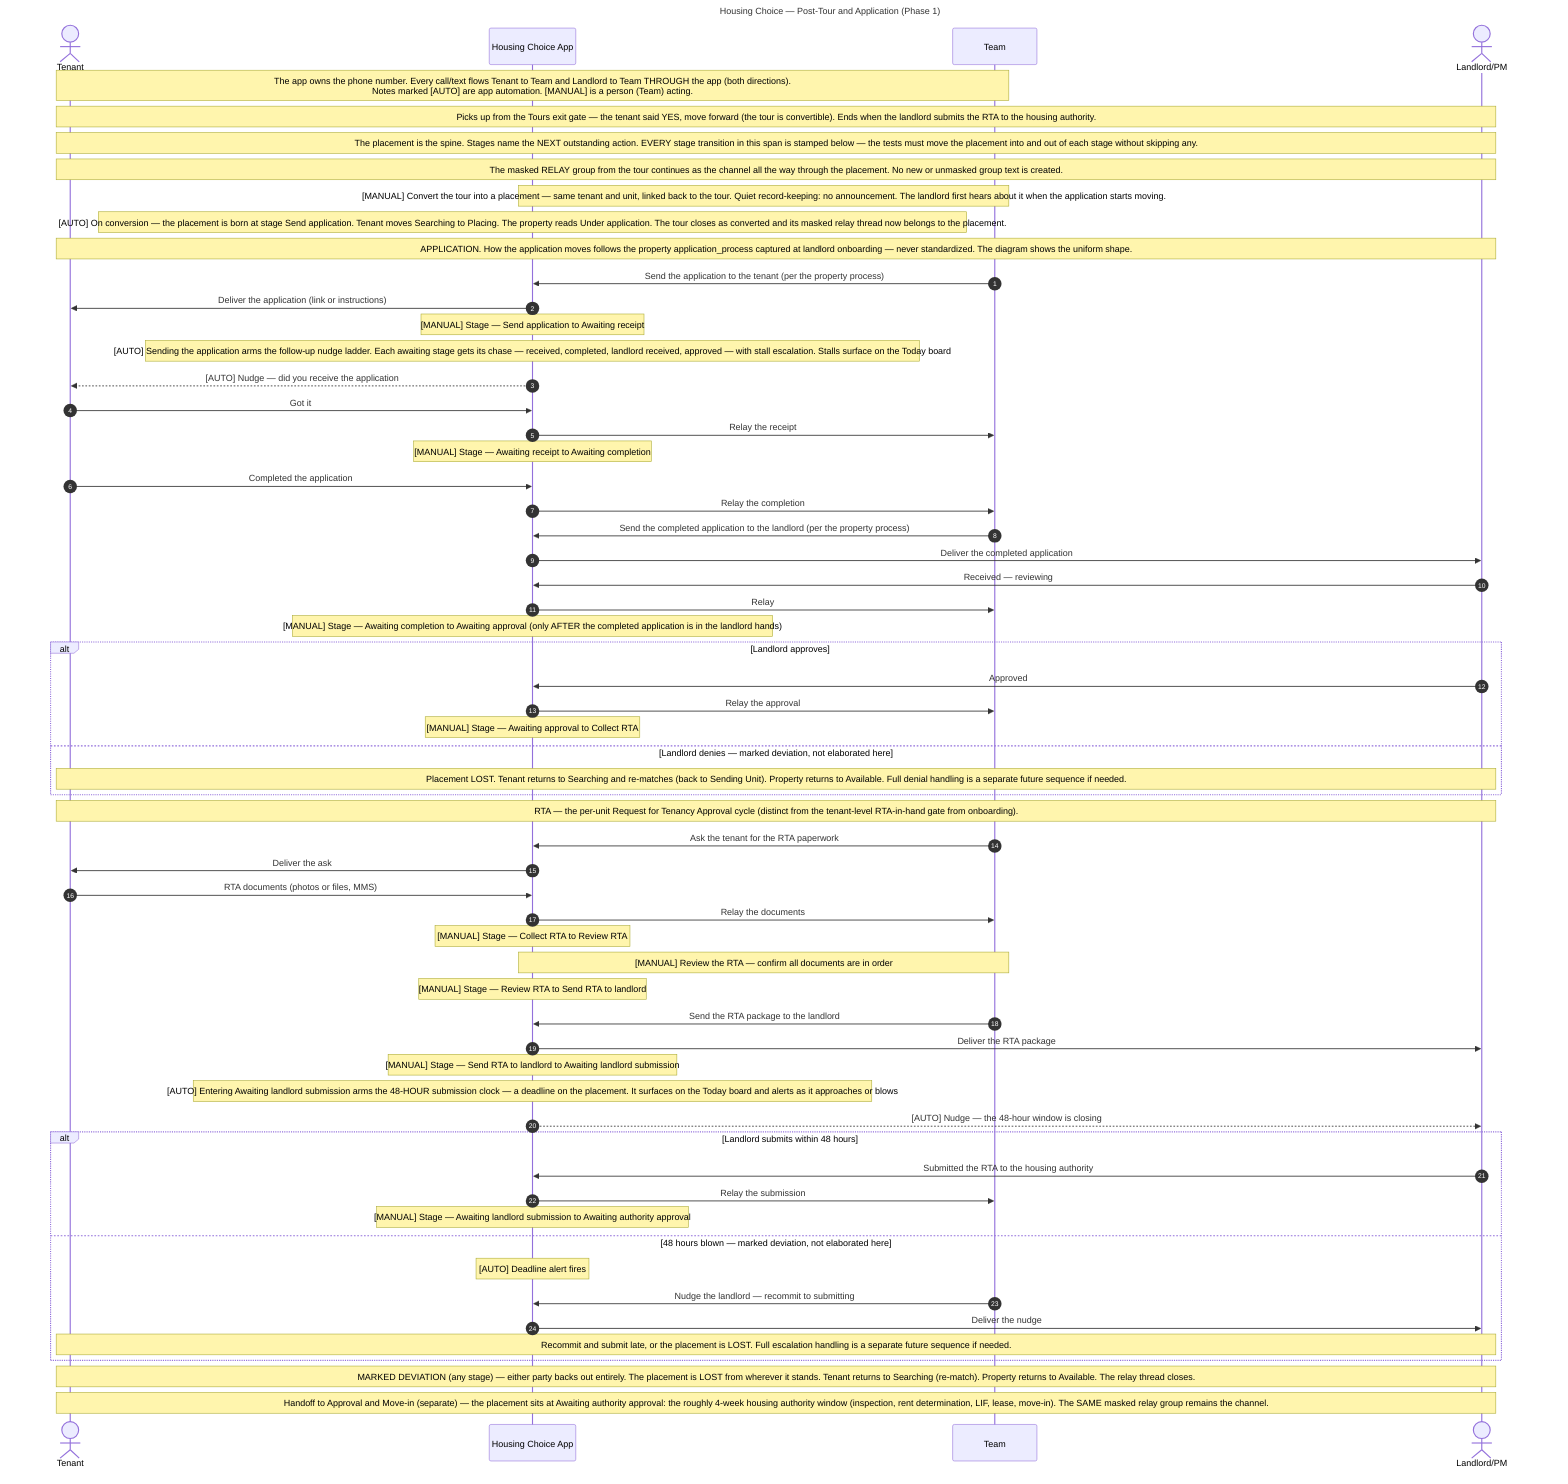
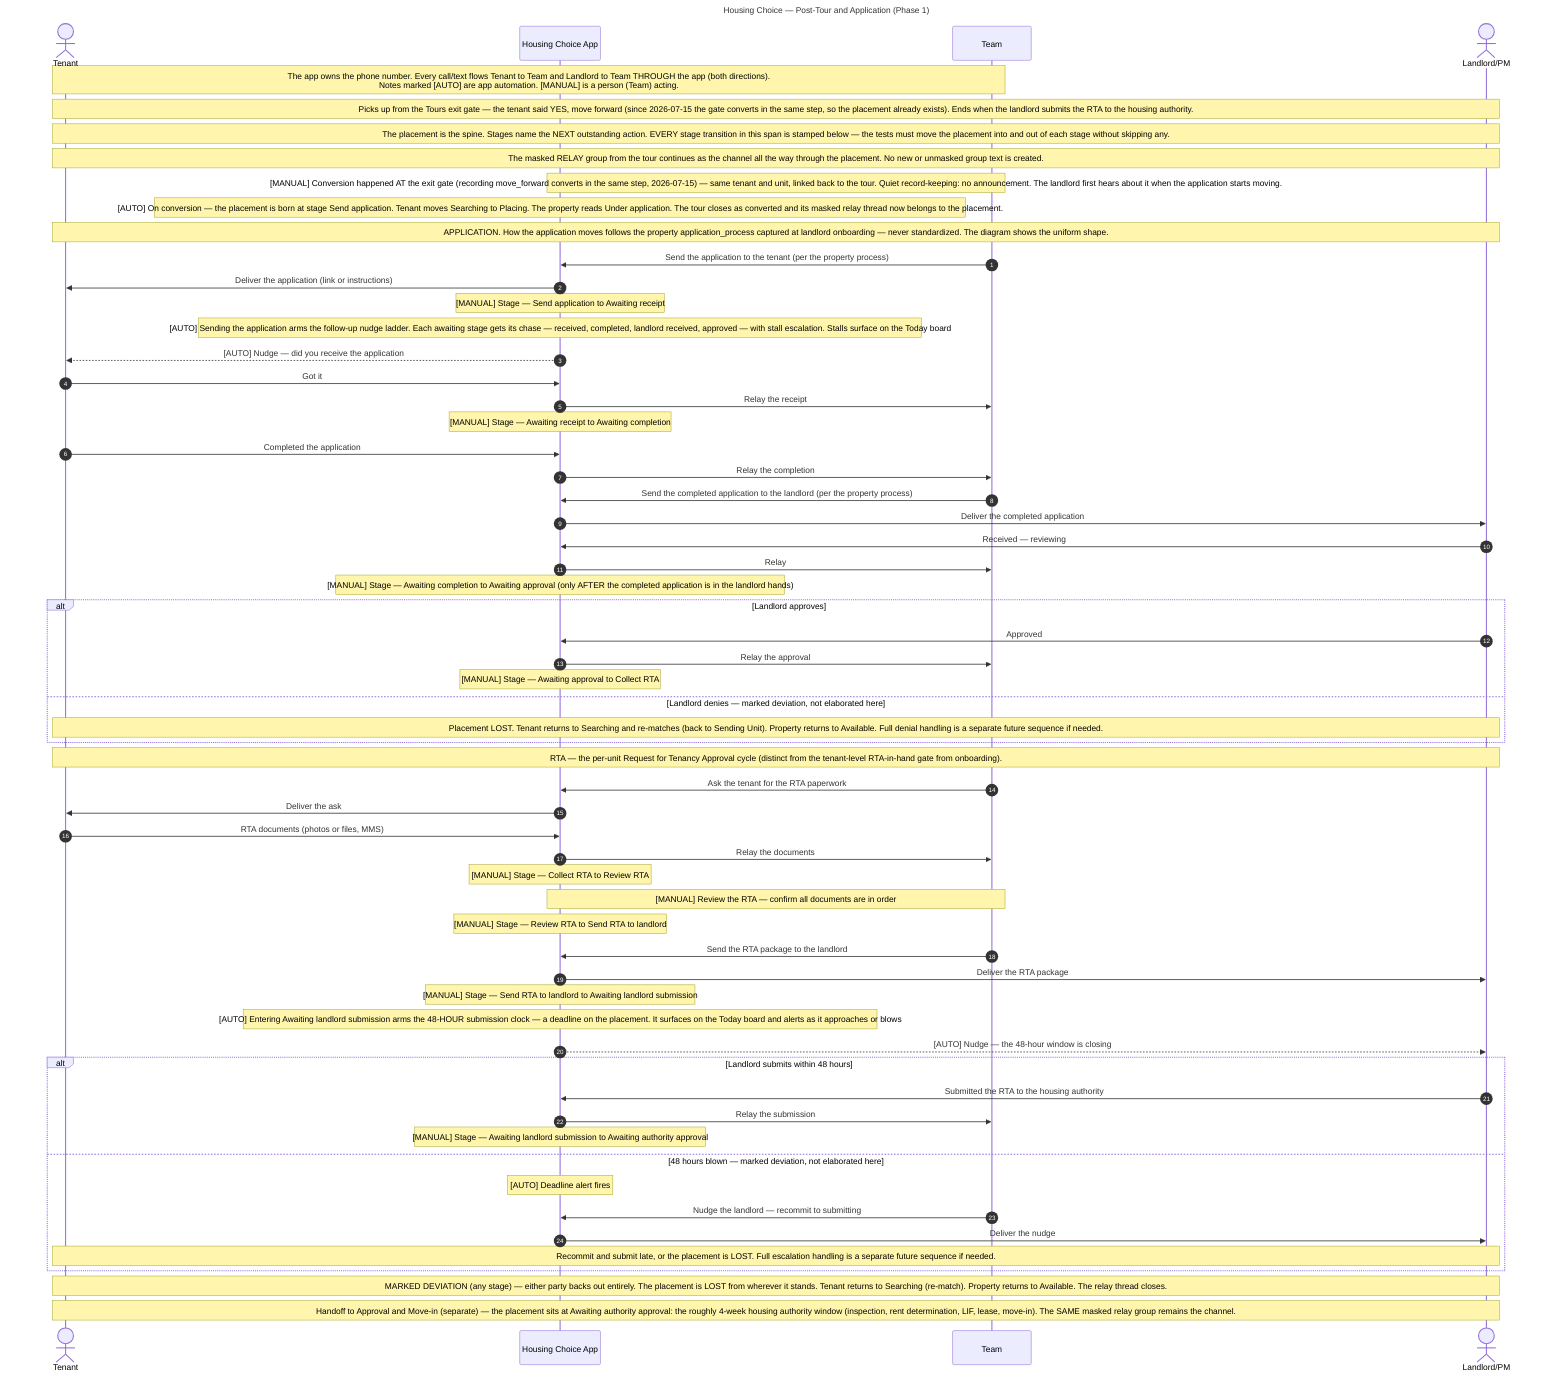
---
title: Housing Choice — Post-Tour and Application (Phase 1)
---
sequenceDiagram
    autonumber
    actor T as Tenant
    participant A as Housing Choice App
    participant S as Team
    actor L as Landlord/PM
    Note over T,S: The app owns the phone number. Every call/text flows Tenant to Team and Landlord to Team THROUGH the app (both directions).<br/>Notes marked [AUTO] are app automation. [MANUAL] is a person (Team) acting.
-     Note over T,L: Picks up from the Tours exit gate — the tenant said YES, move forward (the tour is convertible). Ends when the landlord submits the RTA to the housing authority.
+     Note over T,L: Picks up from the Tours exit gate — the tenant said YES, move forward (since 2026-07-15 the gate converts in the same step, so the placement already exists). Ends when the landlord submits the RTA to the housing authority.
    Note over T,L: The placement is the spine. Stages name the NEXT outstanding action. EVERY stage transition in this span is stamped below — the tests must move the placement into and out of each stage without skipping any.
    Note over T,L: The masked RELAY group from the tour continues as the channel all the way through the placement. No new or unmasked group text is created.

-     Note over S,A: [MANUAL] Convert the tour into a placement — same tenant and unit, linked back to the tour. Quiet record-keeping: no announcement. The landlord first hears about it when the application starts moving.
+     Note over S,A: [MANUAL] Conversion happened AT the exit gate (recording move_forward converts in the same step, 2026-07-15) — same tenant and unit, linked back to the tour. Quiet record-keeping: no announcement. The landlord first hears about it when the application starts moving.
    Note over A: [AUTO] On conversion — the placement is born at stage Send application. Tenant moves Searching to Placing. The property reads Under application. The tour closes as converted and its masked relay thread now belongs to the placement.

    Note over T,L: APPLICATION. How the application moves follows the property application_process captured at landlord onboarding — never standardized. The diagram shows the uniform shape.
    S->>A: Send the application to the tenant (per the property process)
    A->>T: Deliver the application (link or instructions)
    Note over A: [MANUAL] Stage — Send application to Awaiting receipt
    Note over A: [AUTO] Sending the application arms the follow-up nudge ladder. Each awaiting stage gets its chase — received, completed, landlord received, approved — with stall escalation. Stalls surface on the Today board
    A-->>T: [AUTO] Nudge — did you receive the application
    T->>A: Got it
    A->>S: Relay the receipt
    Note over A: [MANUAL] Stage — Awaiting receipt to Awaiting completion
    T->>A: Completed the application
    A->>S: Relay the completion
    S->>A: Send the completed application to the landlord (per the property process)
    A->>L: Deliver the completed application
    L->>A: Received — reviewing
    A->>S: Relay
    Note over A: [MANUAL] Stage — Awaiting completion to Awaiting approval (only AFTER the completed application is in the landlord hands)
    alt Landlord approves
        L->>A: Approved
        A->>S: Relay the approval
        Note over A: [MANUAL] Stage — Awaiting approval to Collect RTA
    else Landlord denies — marked deviation, not elaborated here
        Note over T,L: Placement LOST. Tenant returns to Searching and re-matches (back to Sending Unit). Property returns to Available. Full denial handling is a separate future sequence if needed.
    end

    Note over T,L: RTA — the per-unit Request for Tenancy Approval cycle (distinct from the tenant-level RTA-in-hand gate from onboarding).
    S->>A: Ask the tenant for the RTA paperwork
    A->>T: Deliver the ask
    T->>A: RTA documents (photos or files, MMS)
    A->>S: Relay the documents
    Note over A: [MANUAL] Stage — Collect RTA to Review RTA
    Note over S,A: [MANUAL] Review the RTA — confirm all documents are in order
    Note over A: [MANUAL] Stage — Review RTA to Send RTA to landlord
    S->>A: Send the RTA package to the landlord
    A->>L: Deliver the RTA package
    Note over A: [MANUAL] Stage — Send RTA to landlord to Awaiting landlord submission
    Note over A: [AUTO] Entering Awaiting landlord submission arms the 48-HOUR submission clock — a deadline on the placement. It surfaces on the Today board and alerts as it approaches or blows
    A-->>L: [AUTO] Nudge — the 48-hour window is closing
    alt Landlord submits within 48 hours
        L->>A: Submitted the RTA to the housing authority
        A->>S: Relay the submission
        Note over A: [MANUAL] Stage — Awaiting landlord submission to Awaiting authority approval
    else 48 hours blown — marked deviation, not elaborated here
        Note over A: [AUTO] Deadline alert fires
        S->>A: Nudge the landlord — recommit to submitting
        A->>L: Deliver the nudge
        Note over T,L: Recommit and submit late, or the placement is LOST. Full escalation handling is a separate future sequence if needed.
    end

    Note over T,L: MARKED DEVIATION (any stage) — either party backs out entirely. The placement is LOST from wherever it stands. Tenant returns to Searching (re-match). Property returns to Available. The relay thread closes.
    Note over T,L: Handoff to Approval and Move-in (separate) — the placement sits at Awaiting authority approval: the roughly 4-week housing authority window (inspection, rent determination, LIF, lease, move-in). The SAME masked relay group remains the channel.
